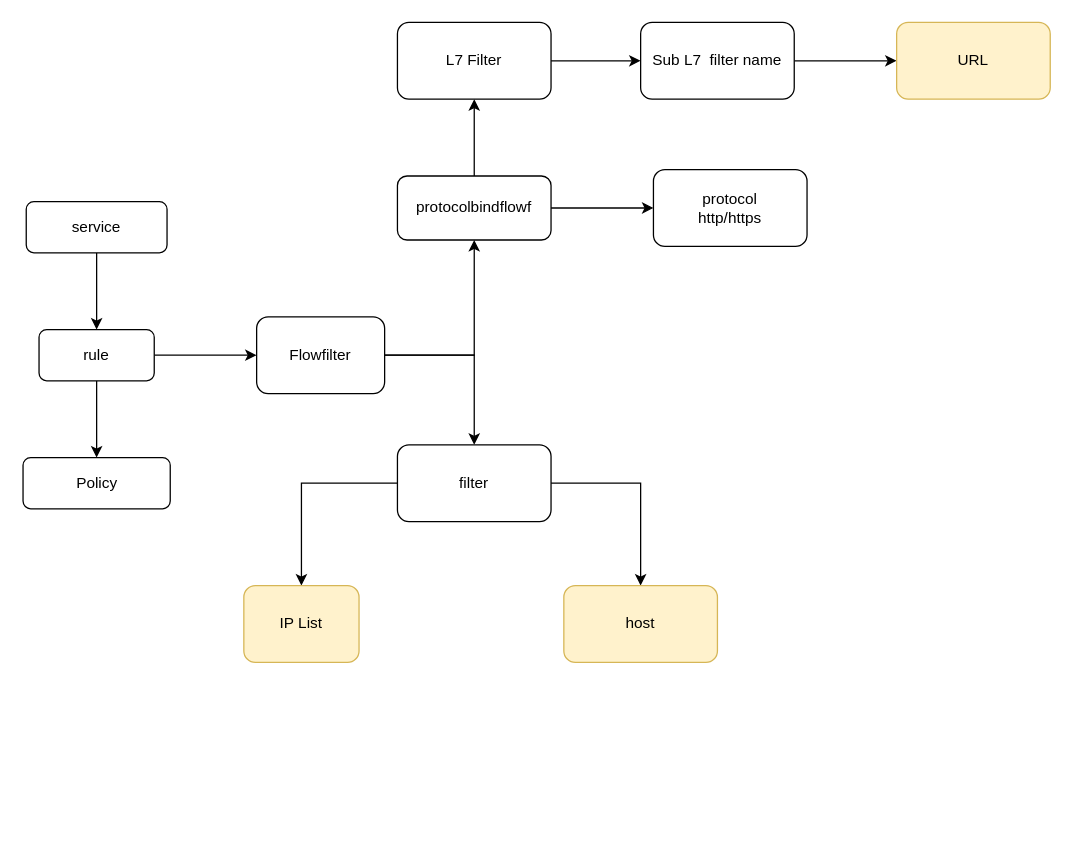
Before: Untitled Diagram.drawio in krapuleng/POS, a draw.io diagram. Source tidied: cells renumbered, new cells numbered last; positions are measured from the earlier drawing's top-left corner, leaving out a move shared by most shapes. Both pictures are drawn from the tidied source at 128%, with x=0, y=0 at pixel (23, 22).
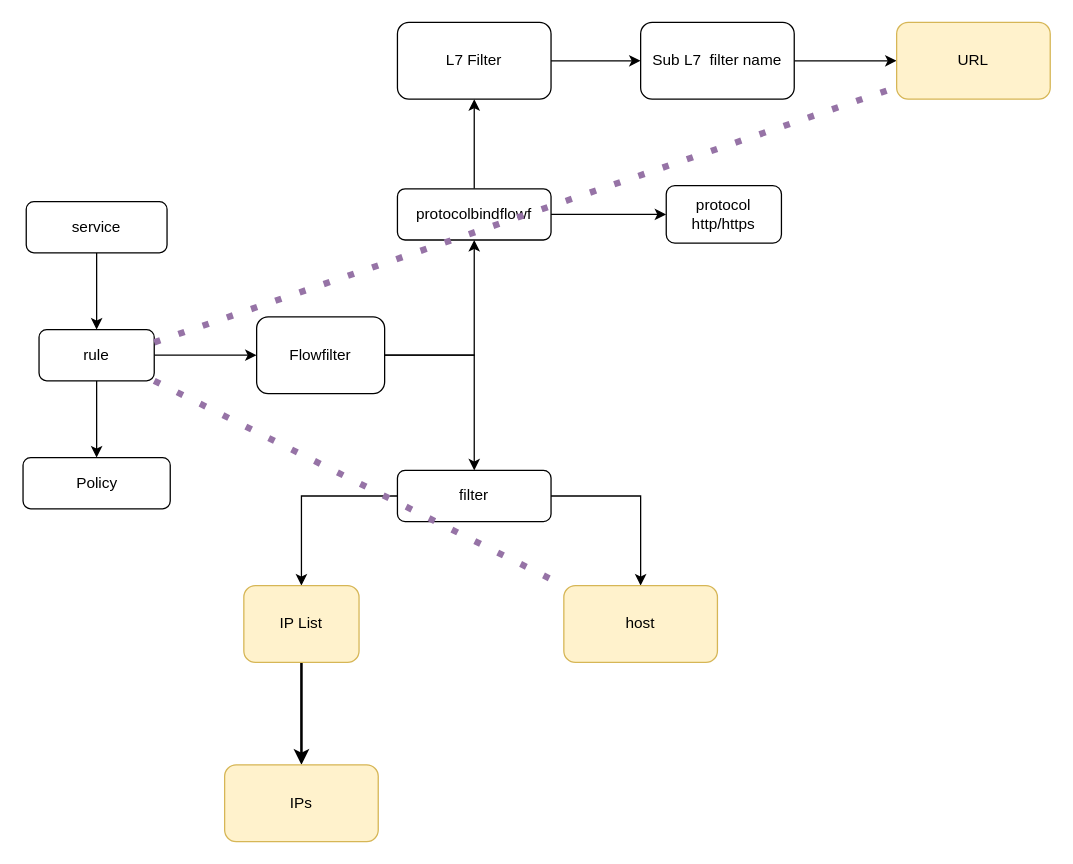
The same page after the edit.

Unchanged cells that the change refers to:
```xml
<mxCell id="5" value="rule" style="rounded=1;whiteSpace=wrap;html=1;" parent="1" vertex="1">
  <mxGeometry x="12" y="240" width="90" height="40" as="geometry" />
</mxCell>
<mxCell id="19" value="URL" style="whiteSpace=wrap;html=1;rounded=1;fillColor=#fff2cc;strokeColor=#d6b656;" parent="1" vertex="1">
  <mxGeometry x="682" width="120" height="60" as="geometry" />
</mxCell>
<mxCell id="21" value="host" style="whiteSpace=wrap;html=1;rounded=1;fillColor=#fff2cc;strokeColor=#d6b656;" parent="1" vertex="1">
  <mxGeometry x="422" y="440" width="120" height="60" as="geometry" />
</mxCell>
<mxCell id="22" value="IP List" style="whiteSpace=wrap;html=1;rounded=1;fillColor=#fff2cc;strokeColor=#d6b656;" parent="1" vertex="1">
  <mxGeometry x="172" y="440" width="90" height="60" as="geometry" />
</mxCell>
```

Change to the diagram source:
```diff
@@
     <mxCell id="11" value="filter" style="whiteSpace=wrap;html=1;rounded=1;" parent="1" vertex="1">
-      <mxGeometry x="292" y="330" width="120" height="60" as="geometry" />
+      <mxGeometry x="292" y="350" width="120" height="40" as="geometry" />
     </mxCell>
@@
     <mxCell id="14" value="protocolbindflowf" style="whiteSpace=wrap;html=1;rounded=1;" parent="1" vertex="1">
-      <mxGeometry x="292" y="120" width="120" height="50" as="geometry" />
+      <mxGeometry x="292" y="130" width="120" height="40" as="geometry" />
     </mxCell>
@@
     <mxCell id="20" value="protocol&lt;br&gt;http/https" style="rounded=1;whiteSpace=wrap;html=1;" parent="1" vertex="1">
-      <mxGeometry x="492" y="115" width="120" height="60" as="geometry" />
+      <mxGeometry x="502" y="127.5" width="90" height="45" as="geometry" />
     </mxCell>
@@
+    <mxCell id="25" style="edgeStyle=orthogonalEdgeStyle;curved=1;jettySize=auto;html=1;strokeWidth=2;" parent="1" edge="1" source="22" target="28">
+      <mxGeometry relative="1" as="geometry" />
+    </mxCell>
@@
+    <mxCell id="26" style="endArrow=none;dashed=1;html=1;dashPattern=1 3;strokeWidth=5;exitX=1;exitY=0.25;exitDx=0;exitDy=0;rounded=0;fillColor=#e1d5e7;strokeColor=#9673a6;" parent="1" edge="1" source="5" target="19">
+      <mxGeometry relative="1" as="geometry" />
+    </mxCell>
+    <mxCell id="27" style="endArrow=none;dashed=1;html=1;dashPattern=1 3;strokeWidth=5;exitX=1;exitY=1;exitDx=0;exitDy=0;rounded=0;fillColor=#e1d5e7;strokeColor=#9673a6;" parent="1" edge="1" source="5" target="21">
+      <mxGeometry relative="1" as="geometry" />
+    </mxCell>
+    <mxCell id="28" value="IPs" style="rounded=1;whiteSpace=wrap;html=1;strokeColor=#d6b656;fillColor=#fff2cc;" parent="1" vertex="1">
+      <mxGeometry x="157" y="580" width="120" height="60" as="geometry" />
+    </mxCell>
```
